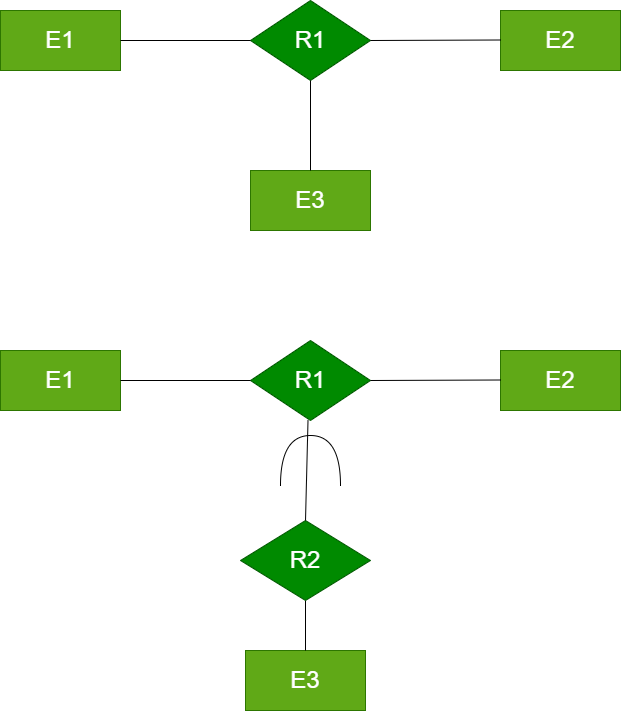
The draw.io diagram A or B.png in datnham0212/learning, before a commit. Source tidied: cells renumbered, new cells last; positions are measured from the earlier drawing's top-left corner, leaving out a move shared by most shapes. The source it was exported from:
```xml
<mxGraphModel>
  <root>
    <mxCell id="0" />
    <mxCell id="1" parent="0" />
    <mxCell id="2" value="E1" style="rounded=0;whiteSpace=wrap;html=1;fontSize=24;fillColor=#60a917;fontColor=#ffffff;strokeColor=#2D7600;" parent="1" vertex="1">
      <mxGeometry y="10" width="120" height="60" as="geometry" />
    </mxCell>
    <mxCell id="3" value="E2" style="rounded=0;whiteSpace=wrap;html=1;fontSize=24;fillColor=#60a917;fontColor=#ffffff;strokeColor=#2D7600;" parent="1" vertex="1">
      <mxGeometry x="500" y="10" width="120" height="60" as="geometry" />
    </mxCell>
    <mxCell id="4" value="R1" style="rhombus;whiteSpace=wrap;html=1;fontSize=24;fillColor=#008a00;fontColor=#ffffff;strokeColor=#005700;" parent="1" vertex="1">
      <mxGeometry x="250" width="120" height="80" as="geometry" />
    </mxCell>
    <mxCell id="5" style="endArrow=none;html=1;rounded=0;entryX=0;entryY=0.5;entryDx=0;entryDy=0;fontSize=24;" parent="1" edge="1" target="4">
      <mxGeometry relative="1" as="geometry">
        <mxPoint x="120" y="40" as="sourcePoint" />
      </mxGeometry>
    </mxCell>
    <mxCell id="6" style="endArrow=none;html=1;rounded=0;entryX=0;entryY=0.5;entryDx=0;entryDy=0;fontSize=24;" parent="1" edge="1">
      <mxGeometry relative="1" as="geometry">
        <mxPoint x="370" y="40" as="sourcePoint" />
        <mxPoint x="500" y="39.5" as="targetPoint" />
      </mxGeometry>
    </mxCell>
    <mxCell id="7" value="E3" style="rounded=0;whiteSpace=wrap;html=1;fontSize=24;fillColor=#60a917;fontColor=#ffffff;strokeColor=#2D7600;" parent="1" vertex="1">
      <mxGeometry x="250" y="170" width="120" height="60" as="geometry" />
    </mxCell>
    <mxCell id="8" style="endArrow=none;html=1;rounded=0;entryX=0.5;entryY=1;entryDx=0;entryDy=0;" parent="1" edge="1" target="4">
      <mxGeometry relative="1" as="geometry">
        <mxPoint x="310" y="170" as="sourcePoint" />
      </mxGeometry>
    </mxCell>
    <mxCell id="9" value="E1" style="rounded=0;whiteSpace=wrap;html=1;fontSize=24;fillColor=#60a917;fontColor=#ffffff;strokeColor=#2D7600;" parent="1" vertex="1">
      <mxGeometry y="350" width="120" height="60" as="geometry" />
    </mxCell>
    <mxCell id="10" value="E2" style="rounded=0;whiteSpace=wrap;html=1;fontSize=24;fillColor=#60a917;fontColor=#ffffff;strokeColor=#2D7600;" parent="1" vertex="1">
      <mxGeometry x="500" y="350" width="120" height="60" as="geometry" />
    </mxCell>
    <mxCell id="11" value="R1" style="rhombus;whiteSpace=wrap;html=1;fontSize=24;fillColor=#008a00;fontColor=#ffffff;strokeColor=#005700;" parent="1" vertex="1">
      <mxGeometry x="250" y="340" width="120" height="80" as="geometry" />
    </mxCell>
    <mxCell id="12" style="endArrow=none;html=1;rounded=0;entryX=0;entryY=0.5;entryDx=0;entryDy=0;fontSize=24;" parent="1" edge="1" target="11">
      <mxGeometry relative="1" as="geometry">
        <mxPoint x="120" y="380" as="sourcePoint" />
      </mxGeometry>
    </mxCell>
    <mxCell id="13" style="endArrow=none;html=1;rounded=0;entryX=0;entryY=0.5;entryDx=0;entryDy=0;fontSize=24;" parent="1" edge="1">
      <mxGeometry relative="1" as="geometry">
        <mxPoint x="370" y="380" as="sourcePoint" />
        <mxPoint x="500" y="379.5" as="targetPoint" />
      </mxGeometry>
    </mxCell>
    <mxCell id="14" value="E3" style="rounded=0;whiteSpace=wrap;html=1;fontSize=24;fillColor=#60a917;fontColor=#ffffff;strokeColor=#2D7600;" parent="1" vertex="1">
      <mxGeometry x="245" y="650" width="120" height="60" as="geometry" />
    </mxCell>
    <mxCell id="15" style="endArrow=none;html=1;rounded=0;entryX=0.5;entryY=0;entryDx=0;entryDy=0;fontSize=24;exitX=0.5;exitY=1;exitDx=0;exitDy=0;" parent="1" edge="1" source="16" target="14">
      <mxGeometry relative="1" as="geometry" />
    </mxCell>
    <mxCell id="16" value="R2" style="rhombus;whiteSpace=wrap;html=1;fontSize=24;fillColor=#008a00;fontColor=#ffffff;strokeColor=#005700;" parent="1" vertex="1">
      <mxGeometry x="240" y="520" width="130" height="80" as="geometry" />
    </mxCell>
    <mxCell id="17" style="endArrow=none;html=1;rounded=0;fontSize=24;exitX=0.5;exitY=1;exitDx=0;exitDy=0;entryX=0.5;entryY=0;entryDx=0;entryDy=0;" parent="1" edge="1" target="16">
      <mxGeometry relative="1" as="geometry">
        <mxPoint x="307.5" y="420" as="sourcePoint" />
      </mxGeometry>
    </mxCell>
    <mxCell id="18" style="shape=requiredInterface;html=1;verticalLabelPosition=bottom;sketch=0;rotation=-90;" parent="1" vertex="1">
      <mxGeometry x="285" y="430" width="50" height="60" as="geometry" />
    </mxCell>
  </root>
</mxGraphModel>
```
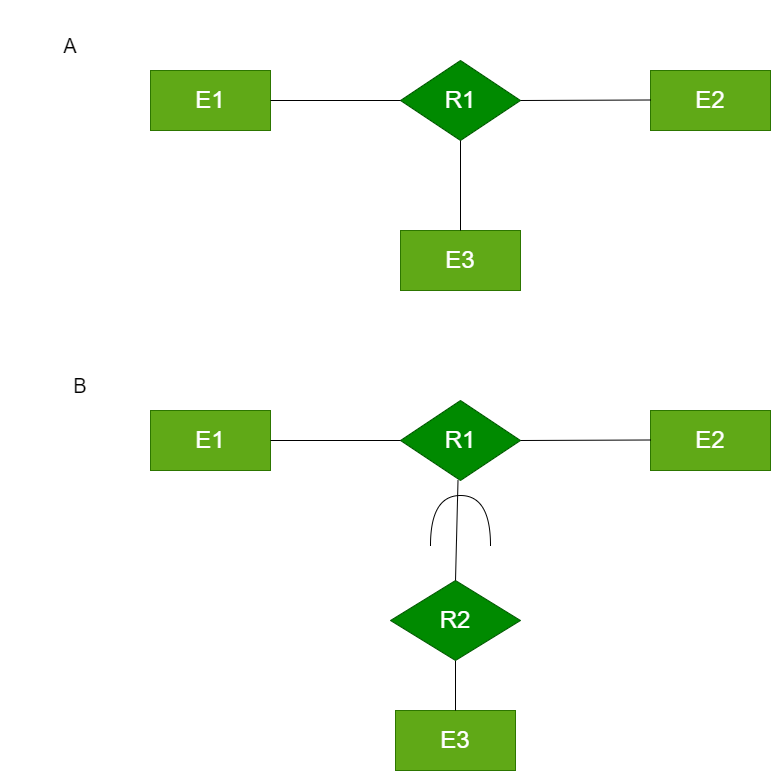
The same diagram one commit later.

The edit, as a diff of the source:
```diff
@@ -67,5 +67,11 @@
     <mxCell id="18" style="shape=requiredInterface;html=1;verticalLabelPosition=bottom;sketch=0;rotation=-90;" parent="1" vertex="1">
       <mxGeometry x="285" y="430" width="50" height="60" as="geometry" />
     </mxCell>
+    <mxCell id="19" value="&lt;font style=&quot;font-size: 20px;&quot;&gt;A&lt;/font&gt;" style="text;html=1;strokeColor=none;fillColor=none;align=center;verticalAlign=middle;whiteSpace=wrap;rounded=0;" parent="1" vertex="1">
+      <mxGeometry x="-150" y="-60" width="140" height="90" as="geometry" />
+    </mxCell>
+    <mxCell id="20" value="&lt;font style=&quot;font-size: 20px;&quot;&gt;B&lt;/font&gt;" style="text;html=1;strokeColor=none;fillColor=none;align=center;verticalAlign=middle;whiteSpace=wrap;rounded=0;" parent="1" vertex="1">
+      <mxGeometry x="-140" y="280" width="140" height="90" as="geometry" />
+    </mxCell>
   </root>
 </mxGraphModel>
```
